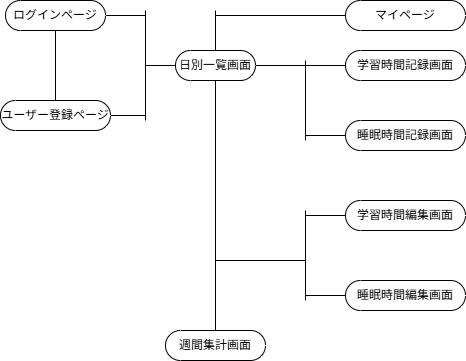
The draw.io diagram docs/dataflow.png in YK1217/ssrecord-42059, before a commit. Source tidied: cells renumbered, new cells last; positions are measured from the earlier drawing's top-left corner, leaving out a move shared by most shapes.
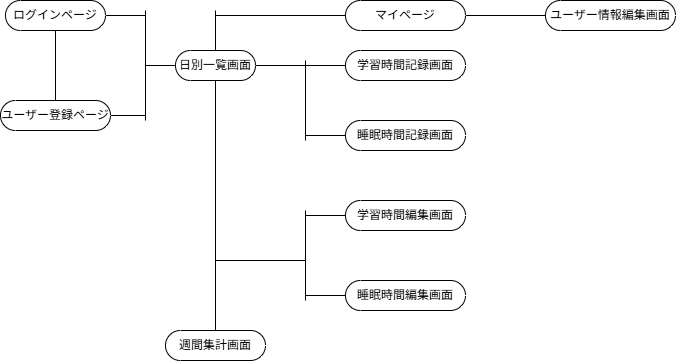
Above is the later version.

Commit message:
READMEのER図の更新

Diff of the diagram source:
```diff
@@ -84,6 +84,11 @@
         <mxPoint x="215" y="15" as="targetPoint" />
       </mxGeometry>
     </mxCell>
+    <mxCell id="27" style="edgeStyle=none;html=1;exitX=1;exitY=0.5;exitDx=0;exitDy=0;exitPerimeter=0;endArrow=none;endFill=0;" parent="1" edge="1" source="22">
+      <mxGeometry relative="1" as="geometry">
+        <mxPoint x="545" y="15" as="targetPoint" />
+      </mxGeometry>
+    </mxCell>
     <mxCell id="22" value="マイページ" style="html=1;dashed=0;whiteSpace=wrap;shape=mxgraph.dfd.start;" parent="1" vertex="1">
       <mxGeometry x="345" width="120" height="30" as="geometry" />
     </mxCell>
@@ -108,5 +113,8 @@
     <mxCell id="26" value="週間集計画面" style="html=1;dashed=0;whiteSpace=wrap;shape=mxgraph.dfd.start;" parent="1" vertex="1">
       <mxGeometry x="165" y="330" width="100" height="30" as="geometry" />
     </mxCell>
+    <mxCell id="28" value="ユーザー情報編集画面" style="html=1;dashed=0;whiteSpace=wrap;shape=mxgraph.dfd.start;" parent="1" vertex="1">
+      <mxGeometry x="545" width="130" height="30" as="geometry" />
+    </mxCell>
   </root>
 </mxGraphModel>
```
